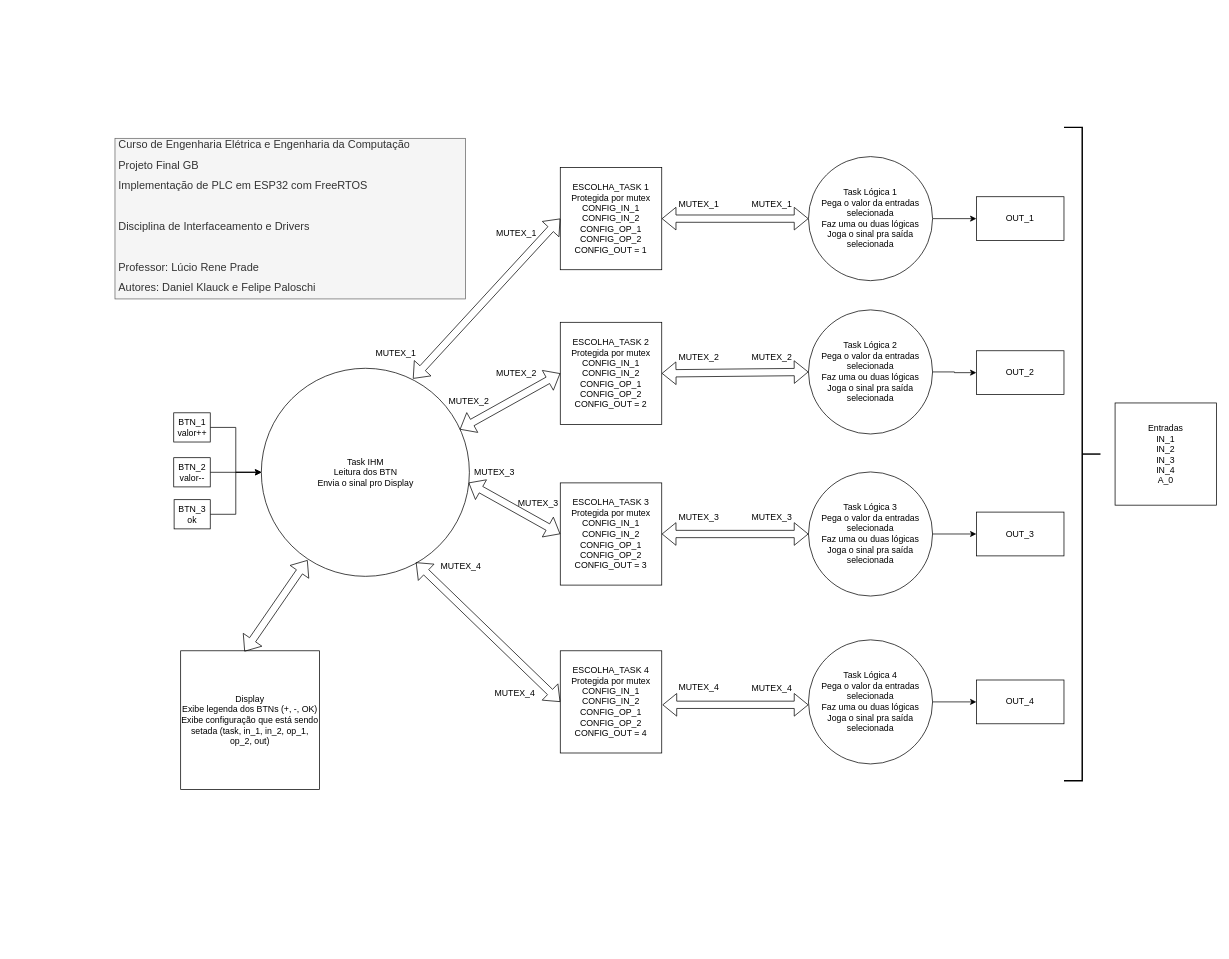
Before: 20230605_ESP32_TrabFinal/Diagrama sem nome.drawio in klauck-daniel/interfaceamentoDrivesUNISINOS, a draw.io diagram. Source tidied: cells renumbered, new cells numbered last; positions are measured from the earlier drawing's top-left corner, leaving out a move shared by most shapes. Both pictures are drawn from the tidied source at 73%, with x=0, y=0 at pixel (115, 127).
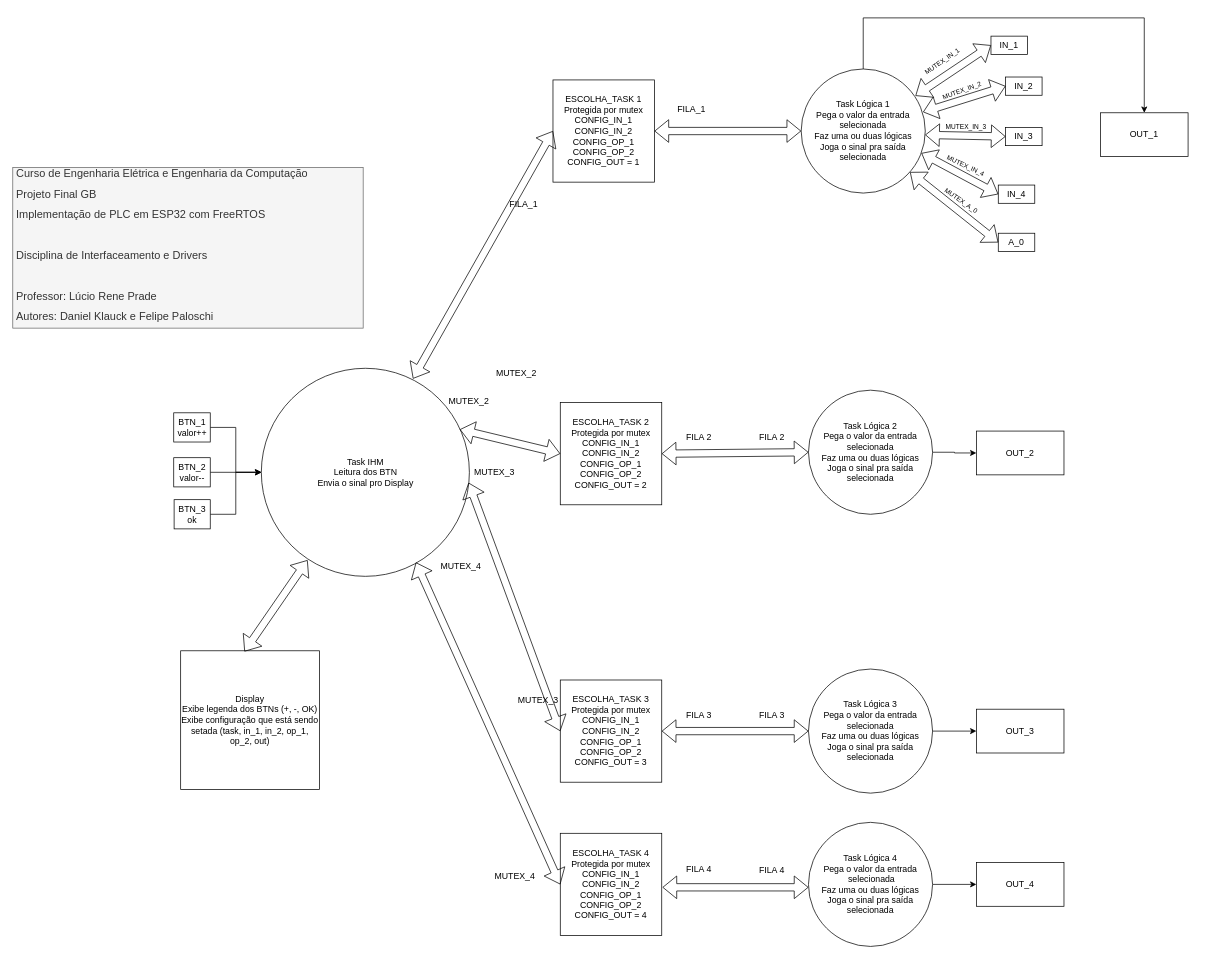
The same page after the edit.

Diff of the diagram source:
```diff
@@
     <mxCell id="2" value="&lt;h1 style=&quot;font-size: 15px;&quot;&gt;&lt;span style=&quot;font-weight: normal;&quot;&gt;&lt;font style=&quot;font-size: 15px;&quot;&gt;Curso de Engenharia Elétrica e Engenharia da Computação&lt;/font&gt;&lt;/span&gt;&lt;/h1&gt;&lt;h1 style=&quot;font-size: 15px;&quot;&gt;&lt;span style=&quot;font-weight: normal;&quot;&gt;&lt;font style=&quot;font-size: 15px;&quot;&gt;Projeto Final GB&lt;/font&gt;&lt;/span&gt;&lt;/h1&gt;&lt;h1 style=&quot;font-size: 15px;&quot;&gt;&lt;span style=&quot;font-weight: normal;&quot;&gt;&lt;font style=&quot;font-size: 15px;&quot;&gt;Implementação de PLC em ESP32 com FreeRTOS&amp;nbsp;&lt;/font&gt;&lt;/span&gt;&lt;/h1&gt;&lt;h1 style=&quot;font-size: 15px;&quot;&gt;&lt;span style=&quot;font-weight: normal;&quot;&gt;&lt;font style=&quot;font-size: 15px;&quot;&gt;&amp;nbsp; &amp;nbsp; &amp;nbsp;&amp;nbsp;&lt;/font&gt;&lt;/span&gt;&lt;/h1&gt;&lt;h1 style=&quot;font-size: 15px;&quot;&gt;&lt;span style=&quot;font-weight: normal;&quot;&gt;&lt;font style=&quot;font-size: 15px;&quot;&gt;Disciplina de Interfaceamento e Drivers&lt;/font&gt;&lt;/span&gt;&lt;/h1&gt;&lt;h1 style=&quot;font-size: 15px;&quot;&gt;&lt;span style=&quot;font-weight: normal;&quot;&gt;&lt;font style=&quot;font-size: 15px;&quot;&gt;&amp;nbsp; &amp;nbsp;&lt;/font&gt;&lt;/span&gt;&lt;/h1&gt;&lt;h1 style=&quot;font-size: 15px;&quot;&gt;&lt;span style=&quot;font-weight: normal;&quot;&gt;&lt;font style=&quot;font-size: 15px;&quot;&gt;Professor: Lúcio Rene Prade&lt;/font&gt;&lt;/span&gt;&lt;/h1&gt;&lt;h1 style=&quot;font-size: 15px;&quot;&gt;&lt;span style=&quot;font-weight: normal;&quot;&gt;&lt;font style=&quot;font-size: 15px;&quot;&gt;Autores: Daniel Klauck e Felipe Paloschi&lt;/font&gt;&lt;/span&gt;&lt;/h1&gt;" style="text;html=1;strokeColor=#666666;fillColor=#f5f5f5;spacing=5;spacingTop=-20;whiteSpace=wrap;overflow=hidden;rounded=0;fontColor=#333333;" parent="1" vertex="1">
-      <mxGeometry y="15" width="480" height="220" as="geometry" />
+      <mxGeometry x="-140" y="55" width="480" height="220" as="geometry" />
     </mxCell>
@@
-    <mxCell id="4" style="edgeStyle=orthogonalEdgeStyle;rounded=0;jettySize=auto;html=1;exitX=1;exitY=0.5;exitDx=0;exitDy=0;entryX=0;entryY=0.5;entryDx=0;entryDy=0;" parent="1" edge="1" source="5" target="50">
-      <mxGeometry relative="1" as="geometry" />
-    </mxCell>
+    <mxCell id="54" style="edgeStyle=orthogonalEdgeStyle;rounded=0;jettySize=auto;html=1;exitX=0.5;exitY=0;exitDx=0;exitDy=0;entryX=0.5;entryY=0;entryDx=0;entryDy=0;" parent="1" edge="1" source="5" target="56">
+      <mxGeometry relative="1" as="geometry">
+        <Array as="points">
+          <mxPoint x="1025" y="-150" />
+          <mxPoint x="1410" y="-150" />
+        </Array>
+      </mxGeometry>
+    </mxCell>
-    <mxCell id="5" value="Task Lógica 1&lt;br&gt;Pega o valor da entradas selecionada&lt;br&gt;Faz uma ou duas lógicas&lt;br&gt;Joga o sinal pra saída selecionada" style="ellipse;whiteSpace=wrap;html=1;" parent="1" vertex="1">
-      <mxGeometry x="950" y="40" width="170" height="170" as="geometry" />
+    <mxCell id="5" value="Task Lógica 1&lt;br&gt;Pega o valor da entrada selecionada&lt;br&gt;Faz uma ou duas lógicas&lt;br&gt;Joga o sinal pra saída selecionada" style="ellipse;whiteSpace=wrap;html=1;" parent="1" vertex="1">
+      <mxGeometry x="940" y="-80" width="170" height="170" as="geometry" />
     </mxCell>
@@
-    <mxCell id="7" value="Task Lógica 2&lt;br&gt;Pega o valor da entradas selecionada&lt;br&gt;Faz uma ou duas lógicas&lt;br&gt;Joga o sinal pra saída selecionada" style="ellipse;whiteSpace=wrap;html=1;" parent="1" vertex="1">
-      <mxGeometry x="950" y="250" width="170" height="170" as="geometry" />
+    <mxCell id="7" value="Task Lógica 2&lt;br&gt;Pega o valor da entrada selecionada&lt;br&gt;Faz uma ou duas lógicas&lt;br&gt;Joga o sinal pra saída selecionada" style="ellipse;whiteSpace=wrap;html=1;" parent="1" vertex="1">
+      <mxGeometry x="950" y="360" width="170" height="170" as="geometry" />
     </mxCell>
@@
-    <mxCell id="9" value="Task Lógica 3&lt;br&gt;Pega o valor da entradas selecionada&lt;br&gt;Faz uma ou duas lógicas&lt;br&gt;Joga o sinal pra saída selecionada" style="ellipse;whiteSpace=wrap;html=1;" parent="1" vertex="1">
-      <mxGeometry x="950" y="472" width="170" height="170" as="geometry" />
+    <mxCell id="9" value="Task Lógica 3&lt;br&gt;Pega o valor da entrada selecionada&lt;br&gt;Faz uma ou duas lógicas&lt;br&gt;Joga o sinal pra saída selecionada" style="ellipse;whiteSpace=wrap;html=1;" parent="1" vertex="1">
+      <mxGeometry x="950" y="742" width="170" height="170" as="geometry" />
     </mxCell>
@@
-    <mxCell id="11" value="Task Lógica 4&lt;br&gt;Pega o valor da entradas selecionada&lt;br&gt;Faz uma ou duas lógicas&lt;br&gt;Joga o sinal pra saída selecionada" style="ellipse;whiteSpace=wrap;html=1;" parent="1" vertex="1">
-      <mxGeometry x="950" y="702" width="170" height="170" as="geometry" />
+    <mxCell id="11" value="Task Lógica 4&lt;br&gt;Pega o valor da entrada&lt;br&gt;&amp;nbsp;selecionada&lt;br&gt;Faz uma ou duas lógicas&lt;br&gt;Joga o sinal pra saída selecionada" style="ellipse;whiteSpace=wrap;html=1;" parent="1" vertex="1">
+      <mxGeometry x="950" y="952" width="170" height="170" as="geometry" />
     </mxCell>
-    <mxCell id="12" value="Entradas&lt;br&gt;IN_1&lt;br&gt;IN_2&lt;br&gt;IN_3&lt;br&gt;IN_4&lt;br&gt;A_0" style="rounded=0;whiteSpace=wrap;html=1;" parent="1" vertex="1">
-      <mxGeometry x="1370" y="377.5" width="139" height="140" as="geometry" />
-    </mxCell>
     <mxCell id="13" value="ESCOLHA_TASK&amp;nbsp;1&lt;br&gt;Protegida por mutex&lt;br&gt;CONFIG_IN_1&lt;br&gt;CONFIG_IN_2&lt;br&gt;CONFIG_OP_1&lt;br&gt;CONFIG_OP_2&lt;br&gt;CONFIG_OUT = 1" style="rounded=0;whiteSpace=wrap;html=1;" parent="1" vertex="1">
-      <mxGeometry x="610" y="55" width="139" height="140" as="geometry" />
+      <mxGeometry x="600" y="-65" width="139" height="140" as="geometry" />
     </mxCell>
@@
     <mxCell id="20" value="ESCOLHA_TASK&amp;nbsp;2&lt;br&gt;Protegida por mutex&lt;br&gt;CONFIG_IN_1&lt;br&gt;CONFIG_IN_2&lt;br&gt;CONFIG_OP_1&lt;br&gt;CONFIG_OP_2&lt;br&gt;CONFIG_OUT = 2" style="rounded=0;whiteSpace=wrap;html=1;" parent="1" vertex="1">
-      <mxGeometry x="610" y="267" width="139" height="140" as="geometry" />
+      <mxGeometry x="610" y="377" width="139" height="140" as="geometry" />
     </mxCell>
     <mxCell id="21" value="ESCOLHA_TASK&amp;nbsp;3&lt;br&gt;Protegida por mutex&lt;br&gt;CONFIG_IN_1&lt;br&gt;CONFIG_IN_2&lt;br&gt;CONFIG_OP_1&lt;br&gt;CONFIG_OP_2&lt;br&gt;CONFIG_OUT = 3" style="rounded=0;whiteSpace=wrap;html=1;" parent="1" vertex="1">
-      <mxGeometry x="610" y="487" width="139" height="140" as="geometry" />
+      <mxGeometry x="610" y="757" width="139" height="140" as="geometry" />
     </mxCell>
     <mxCell id="22" value="ESCOLHA_TASK&amp;nbsp;4&lt;br&gt;Protegida por mutex&lt;br&gt;CONFIG_IN_1&lt;br&gt;CONFIG_IN_2&lt;br&gt;CONFIG_OP_1&lt;br&gt;CONFIG_OP_2&lt;br&gt;CONFIG_OUT = 4" style="rounded=0;whiteSpace=wrap;html=1;" parent="1" vertex="1">
-      <mxGeometry x="610" y="717" width="139" height="140" as="geometry" />
+      <mxGeometry x="610" y="967" width="139" height="140" as="geometry" />
     </mxCell>
@@
-    <mxCell id="27" value="MUTEX_1" style="text;html=1;strokeColor=none;fillColor=none;align=center;verticalAlign=middle;whiteSpace=wrap;rounded=0;" parent="1" vertex="1">
-      <mxGeometry x="355" y="295" width="60" height="30" as="geometry" />
+    <mxCell id="27" value="FILA_1" style="text;html=1;strokeColor=none;fillColor=none;align=center;verticalAlign=middle;whiteSpace=wrap;rounded=0;" parent="1" vertex="1">
+      <mxGeometry x="530" y="90" width="60" height="30" as="geometry" />
     </mxCell>
-    <mxCell id="28" value="MUTEX_1" style="text;html=1;strokeColor=none;fillColor=none;align=center;verticalAlign=middle;whiteSpace=wrap;rounded=0;" parent="1" vertex="1">
-      <mxGeometry x="520" y="130" width="60" height="30" as="geometry" />
-    </mxCell>
@@
     <mxCell id="32" value="MUTEX_3" style="text;html=1;strokeColor=none;fillColor=none;align=center;verticalAlign=middle;whiteSpace=wrap;rounded=0;" parent="1" vertex="1">
-      <mxGeometry x="550" y="500" width="60" height="30" as="geometry" />
+      <mxGeometry x="550" y="770" width="60" height="30" as="geometry" />
     </mxCell>
@@
     <mxCell id="34" value="MUTEX_4" style="text;html=1;strokeColor=none;fillColor=none;align=center;verticalAlign=middle;whiteSpace=wrap;rounded=0;" parent="1" vertex="1">
-      <mxGeometry x="518" y="761" width="60" height="30" as="geometry" />
+      <mxGeometry x="518" y="1011" width="60" height="30" as="geometry" />
     </mxCell>
@@
     <mxCell id="38" style="shape=flexArrow;endArrow=classic;startArrow=classic;html=1;rounded=0;" parent="1" edge="1">
       <mxGeometry relative="1" as="geometry">
-        <mxPoint x="750" y="791" as="sourcePoint" />
-        <mxPoint x="950" y="791" as="targetPoint" />
+        <mxPoint x="750" y="1041" as="sourcePoint" />
+        <mxPoint x="950" y="1041" as="targetPoint" />
       </mxGeometry>
     </mxCell>
-    <mxCell id="39" value="MUTEX_1" style="text;html=1;strokeColor=none;fillColor=none;align=center;verticalAlign=middle;whiteSpace=wrap;rounded=0;" parent="1" vertex="1">
-      <mxGeometry x="770" y="90" width="60" height="30" as="geometry" />
-    </mxCell>
-    <mxCell id="40" value="MUTEX_1" style="text;html=1;strokeColor=none;fillColor=none;align=center;verticalAlign=middle;whiteSpace=wrap;rounded=0;" parent="1" vertex="1">
-      <mxGeometry x="870" y="90" width="60" height="30" as="geometry" />
-    </mxCell>
-    <mxCell id="41" value="MUTEX_2" style="text;html=1;strokeColor=none;fillColor=none;align=center;verticalAlign=middle;whiteSpace=wrap;rounded=0;" parent="1" vertex="1">
-      <mxGeometry x="770" y="300" width="60" height="30" as="geometry" />
+    <mxCell id="41" value="FILA 2" style="text;html=1;strokeColor=none;fillColor=none;align=center;verticalAlign=middle;whiteSpace=wrap;rounded=0;" parent="1" vertex="1">
+      <mxGeometry x="770" y="410" width="60" height="30" as="geometry" />
     </mxCell>
-    <mxCell id="42" value="MUTEX_2" style="text;html=1;strokeColor=none;fillColor=none;align=center;verticalAlign=middle;whiteSpace=wrap;rounded=0;" parent="1" vertex="1">
-      <mxGeometry x="870" y="300" width="60" height="30" as="geometry" />
+    <mxCell id="42" value="FILA 2" style="text;html=1;strokeColor=none;fillColor=none;align=center;verticalAlign=middle;whiteSpace=wrap;rounded=0;" parent="1" vertex="1">
+      <mxGeometry x="870" y="410" width="60" height="30" as="geometry" />
     </mxCell>
-    <mxCell id="43" value="MUTEX_3" style="text;html=1;strokeColor=none;fillColor=none;align=center;verticalAlign=middle;whiteSpace=wrap;rounded=0;" parent="1" vertex="1">
-      <mxGeometry x="770" y="520" width="60" height="30" as="geometry" />
+    <mxCell id="43" value="FILA 3" style="text;html=1;strokeColor=none;fillColor=none;align=center;verticalAlign=middle;whiteSpace=wrap;rounded=0;" parent="1" vertex="1">
+      <mxGeometry x="770" y="790" width="60" height="30" as="geometry" />
     </mxCell>
-    <mxCell id="44" value="MUTEX_3" style="text;html=1;strokeColor=none;fillColor=none;align=center;verticalAlign=middle;whiteSpace=wrap;rounded=0;" parent="1" vertex="1">
-      <mxGeometry x="870" y="520" width="60" height="30" as="geometry" />
+    <mxCell id="44" value="FILA 3" style="text;html=1;strokeColor=none;fillColor=none;align=center;verticalAlign=middle;whiteSpace=wrap;rounded=0;" parent="1" vertex="1">
+      <mxGeometry x="870" y="790" width="60" height="30" as="geometry" />
     </mxCell>
-    <mxCell id="45" value="MUTEX_4" style="text;html=1;strokeColor=none;fillColor=none;align=center;verticalAlign=middle;whiteSpace=wrap;rounded=0;" parent="1" vertex="1">
-      <mxGeometry x="770" y="752" width="60" height="30" as="geometry" />
+    <mxCell id="45" value="FILA 4" style="text;html=1;strokeColor=none;fillColor=none;align=center;verticalAlign=middle;whiteSpace=wrap;rounded=0;" parent="1" vertex="1">
+      <mxGeometry x="770" y="1002" width="60" height="30" as="geometry" />
     </mxCell>
-    <mxCell id="46" value="MUTEX_4" style="text;html=1;strokeColor=none;fillColor=none;align=center;verticalAlign=middle;whiteSpace=wrap;rounded=0;" parent="1" vertex="1">
-      <mxGeometry x="870" y="753" width="60" height="30" as="geometry" />
+    <mxCell id="46" value="FILA 4" style="text;html=1;strokeColor=none;fillColor=none;align=center;verticalAlign=middle;whiteSpace=wrap;rounded=0;" parent="1" vertex="1">
+      <mxGeometry x="870" y="1003" width="60" height="30" as="geometry" />
     </mxCell>
@@
-    <mxCell id="49" style="strokeWidth=2;html=1;shape=mxgraph.flowchart.annotation_2;align=left;labelPosition=right;rotation=-180;" parent="1" vertex="1">
-      <mxGeometry x="1300" width="50" height="895" as="geometry" />
-    </mxCell>
-    <mxCell id="50" value="OUT_1" style="rounded=0;whiteSpace=wrap;html=1;" parent="1" vertex="1">
-      <mxGeometry x="1180" y="95" width="120" height="60" as="geometry" />
+    <mxCell id="50" value="IN_1" style="rounded=0;whiteSpace=wrap;html=1;" parent="1" vertex="1">
+      <mxGeometry x="1200" y="-125" width="50" height="25" as="geometry" />
     </mxCell>
     <mxCell id="51" value="OUT_2" style="rounded=0;whiteSpace=wrap;html=1;" parent="1" vertex="1">
-      <mxGeometry x="1180" y="306" width="120" height="60" as="geometry" />
+      <mxGeometry x="1180" y="416" width="120" height="60" as="geometry" />
     </mxCell>
     <mxCell id="52" value="OUT_3" style="rounded=0;whiteSpace=wrap;html=1;" parent="1" vertex="1">
-      <mxGeometry x="1180" y="527" width="120" height="60" as="geometry" />
+      <mxGeometry x="1180" y="797" width="120" height="60" as="geometry" />
     </mxCell>
     <mxCell id="53" value="OUT_4" style="rounded=0;whiteSpace=wrap;html=1;" parent="1" vertex="1">
-      <mxGeometry x="1180" y="757" width="120" height="60" as="geometry" />
+      <mxGeometry x="1180" y="1007" width="120" height="60" as="geometry" />
     </mxCell>
+    <mxCell id="55" value="FILA_1" style="text;html=1;strokeColor=none;fillColor=none;align=center;verticalAlign=middle;whiteSpace=wrap;rounded=0;" parent="1" vertex="1">
+      <mxGeometry x="760" y="-40" width="60" height="30" as="geometry" />
+    </mxCell>
+    <mxCell id="56" value="OUT_1" style="rounded=0;whiteSpace=wrap;html=1;" parent="1" vertex="1">
+      <mxGeometry x="1350" y="-20" width="120" height="60" as="geometry" />
+    </mxCell>
+    <mxCell id="57" value="IN_2" style="rounded=0;whiteSpace=wrap;html=1;" parent="1" vertex="1">
+      <mxGeometry x="1220" y="-69" width="50" height="25" as="geometry" />
+    </mxCell>
+    <mxCell id="58" value="IN_3" style="rounded=0;whiteSpace=wrap;html=1;" parent="1" vertex="1">
+      <mxGeometry x="1220" width="50" height="25" as="geometry" />
+    </mxCell>
+    <mxCell id="59" value="IN_4" style="rounded=0;whiteSpace=wrap;html=1;" parent="1" vertex="1">
+      <mxGeometry x="1210" y="79" width="50" height="25" as="geometry" />
+    </mxCell>
+    <mxCell id="60" value="A_0" style="rounded=0;whiteSpace=wrap;html=1;" parent="1" vertex="1">
+      <mxGeometry x="1210" y="145" width="50" height="25" as="geometry" />
+    </mxCell>
+    <mxCell id="4" style="shape=flexArrow;endArrow=classic;startArrow=classic;html=1;rounded=0;exitX=0.921;exitY=0.216;exitDx=0;exitDy=0;exitPerimeter=0;entryX=0;entryY=0.5;entryDx=0;entryDy=0;" parent="1" edge="1" source="5" target="50">
+      <mxGeometry relative="1" as="geometry" />
+    </mxCell>
+    <mxCell id="61" style="shape=flexArrow;endArrow=classic;startArrow=classic;html=1;rounded=0;exitX=0.982;exitY=0.347;exitDx=0;exitDy=0;exitPerimeter=0;entryX=0;entryY=0.5;entryDx=0;entryDy=0;" parent="1" edge="1" source="5" target="57">
+      <mxGeometry relative="1" as="geometry" />
+    </mxCell>
+    <mxCell id="62" style="shape=flexArrow;endArrow=classic;startArrow=classic;html=1;rounded=0;exitX=0.999;exitY=0.531;exitDx=0;exitDy=0;exitPerimeter=0;entryX=0;entryY=0.5;entryDx=0;entryDy=0;" parent="1" edge="1" source="5" target="58">
+      <mxGeometry relative="1" as="geometry" />
+    </mxCell>
+    <mxCell id="63" style="shape=flexArrow;endArrow=classic;startArrow=classic;html=1;rounded=0;exitX=0.969;exitY=0.678;exitDx=0;exitDy=0;exitPerimeter=0;entryX=0;entryY=0.5;entryDx=0;entryDy=0;" parent="1" edge="1" source="5" target="59">
+      <mxGeometry relative="1" as="geometry" />
+    </mxCell>
+    <mxCell id="64" style="shape=flexArrow;endArrow=classic;startArrow=classic;html=1;rounded=0;exitX=0.877;exitY=0.831;exitDx=0;exitDy=0;exitPerimeter=0;entryX=0;entryY=0.5;entryDx=0;entryDy=0;" parent="1" edge="1" source="5" target="60">
+      <mxGeometry relative="1" as="geometry" />
+    </mxCell>
+    <mxCell id="65" value="&lt;font style=&quot;font-size: 9px;&quot;&gt;MUTEX_IN_1&lt;/font&gt;" style="text;html=1;strokeColor=none;fillColor=none;align=center;verticalAlign=middle;whiteSpace=wrap;rounded=0;rotation=-35;" parent="1" vertex="1">
+      <mxGeometry x="1102.9" y="-100.9" width="60" height="20" as="geometry" />
+    </mxCell>
+    <mxCell id="66" value="&lt;font style=&quot;font-size: 9px;&quot;&gt;MUTEX_IN_2&lt;/font&gt;" style="text;html=1;strokeColor=none;fillColor=none;align=center;verticalAlign=middle;whiteSpace=wrap;rounded=0;rotation=-20;" parent="1" vertex="1">
+      <mxGeometry x="1130" y="-59" width="60" height="15" as="geometry" />
+    </mxCell>
+    <mxCell id="67" value="&lt;font style=&quot;font-size: 9px;&quot;&gt;MUTEX_IN_3&lt;/font&gt;" style="text;html=1;strokeColor=none;fillColor=none;align=center;verticalAlign=middle;whiteSpace=wrap;rounded=0;" parent="1" vertex="1">
+      <mxGeometry x="1136" y="-11" width="60" height="20" as="geometry" />
+    </mxCell>
+    <mxCell id="68" value="&lt;font style=&quot;font-size: 9px;&quot;&gt;MUTEX_IN_4&lt;/font&gt;" style="text;html=1;strokeColor=none;fillColor=none;align=center;verticalAlign=middle;whiteSpace=wrap;rounded=0;rotation=25;" parent="1" vertex="1">
+      <mxGeometry x="1136" y="42" width="60" height="20" as="geometry" />
+    </mxCell>
+    <mxCell id="69" value="&lt;font style=&quot;font-size: 9px;&quot;&gt;MUTEX_A_0&lt;/font&gt;" style="text;html=1;strokeColor=none;fillColor=none;align=center;verticalAlign=middle;whiteSpace=wrap;rounded=0;rotation=35;" parent="1" vertex="1">
+      <mxGeometry x="1130" y="90" width="60" height="20" as="geometry" />
+    </mxCell>
```
